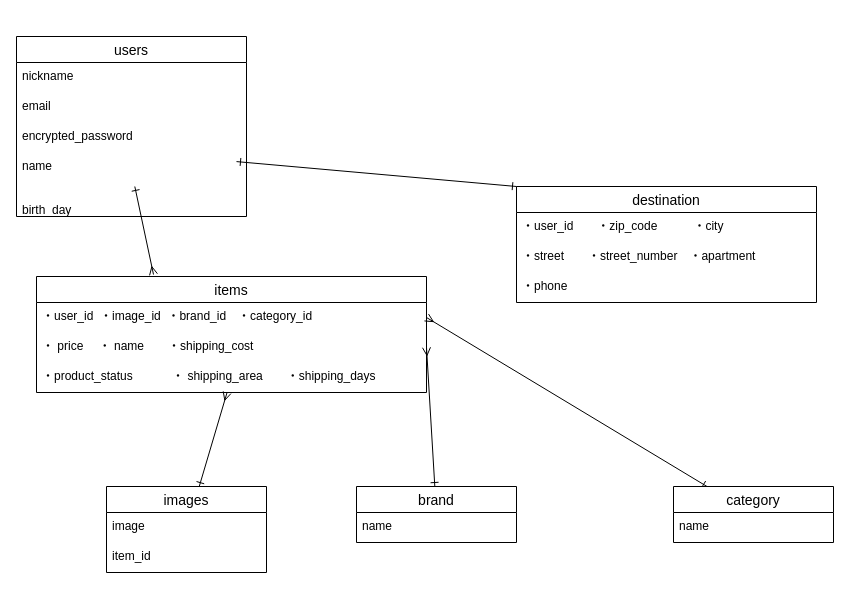
megumi04/furima-37659 keeps this draw.io diagram as test.dio. Above is the earlier version. Source tidied: cells renumbered, new cells numbered last; positions are measured from the earlier drawing's top-left corner, leaving out a move shared by most shapes. Both pictures are drawn from the tidied source at 100%, with x=0, y=0 at pixel (16, 36).
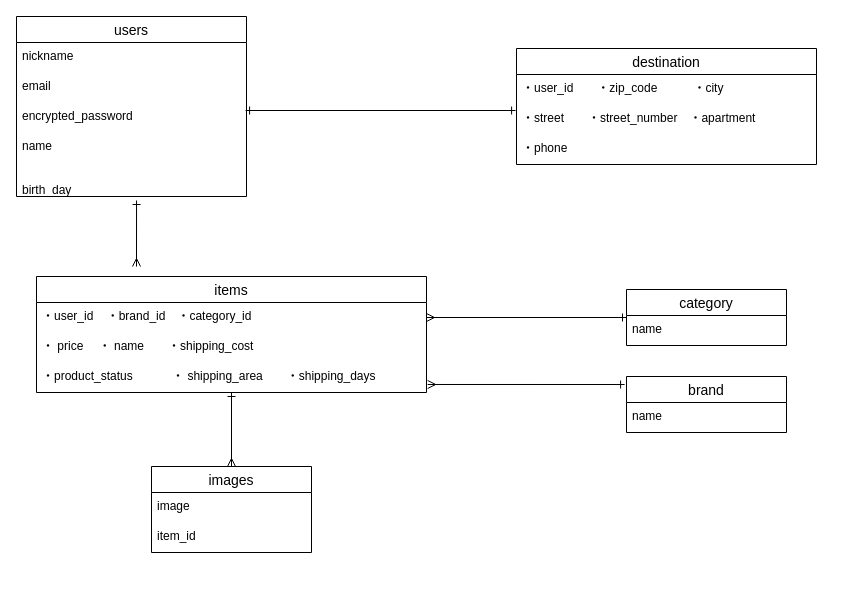
Above is the later version.

Unchanged cells that the change refers to:
```xml
<mxCell id="4" value="・street　　・street_number　・apartment" style="text;strokeColor=none;fillColor=none;spacingLeft=4;spacingRight=4;overflow=hidden;points=[[0,0.5],[1,0.5]];portConstraint=eastwest;fontSize=12;" parent="2" vertex="1">
  <mxGeometry y="56" width="300" height="30" as="geometry" />
</mxCell>
<mxCell id="6" value="items" style="swimlane;fontStyle=0;horizontal=1;startSize=26;align=center;fontSize=14;" parent="1" vertex="1">
  <mxGeometry x="20" y="240" width="390" height="116" as="geometry" />
</mxCell>
<mxCell id="8" value="・ price　 ・ name　　・shipping_cost" style="text;strokeColor=none;fillColor=none;spacingLeft=4;spacingRight=4;overflow=hidden;points=[[0,0.5],[1,0.5]];portConstraint=eastwest;fontSize=12;" parent="6" vertex="1">
  <mxGeometry y="56" width="390" height="30" as="geometry" />
</mxCell>
<mxCell id="9" value="・product_status 　　　・ shipping_area　　・shipping_days  &#10;  " style="text;strokeColor=none;fillColor=none;spacingLeft=4;spacingRight=4;overflow=hidden;points=[[0,0.5],[1,0.5]];portConstraint=eastwest;fontSize=12;" parent="6" vertex="1">
  <mxGeometry y="86" width="390" height="30" as="geometry" />
</mxCell>
<mxCell id="24" value="encrypted_password" style="text;strokeColor=none;fillColor=none;spacingLeft=4;spacingRight=4;overflow=hidden;points=[[0,0.5],[1,0.5]];portConstraint=eastwest;fontSize=12;" parent="21" vertex="1">
  <mxGeometry y="86" width="230" height="30" as="geometry" />
</mxCell>
<mxCell id="26" value="&#10;birth_day  &#10;&#10;" style="text;strokeColor=none;fillColor=none;spacingLeft=4;spacingRight=4;overflow=hidden;points=[[0,0.5],[1,0.5]];portConstraint=eastwest;fontSize=12;" parent="21" vertex="1">
  <mxGeometry y="146" width="230" height="34" as="geometry" />
</mxCell>
```

What changed in the source:
```diff
@@
     <mxCell id="2" value=" destination" style="swimlane;fontStyle=0;horizontal=1;startSize=26;align=center;fontSize=14;" parent="1" vertex="1">
-      <mxGeometry x="500" y="150" width="300" height="116" as="geometry" />
+      <mxGeometry x="500" y="12" width="300" height="116" as="geometry" />
     </mxCell>
@@
-    <mxCell id="7" value="・user_id  ・image_id  ・brand_id　・category_id" style="text;strokeColor=none;fillColor=none;spacingLeft=4;spacingRight=4;overflow=hidden;points=[[0,0.5],[1,0.5]];portConstraint=eastwest;fontSize=12;" parent="6" vertex="1">
+    <mxCell id="7" value="・user_id    ・brand_id　・category_id" style="text;strokeColor=none;fillColor=none;spacingLeft=4;spacingRight=4;overflow=hidden;points=[[0,0.5],[1,0.5]];portConstraint=eastwest;fontSize=12;" parent="6" vertex="1">
       <mxGeometry y="26" width="390" height="30" as="geometry" />
     </mxCell>
@@
-    <mxCell id="10" style="edgeStyle=none;html=1;endArrow=ERmany;endFill=0;startArrow=ERone;startFill=0;" parent="1" edge="1" source="11" target="9">
+    <mxCell id="10" style="edgeStyle=none;html=1;endArrow=ERone;endFill=0;startArrow=ERmany;startFill=0;" parent="1" edge="1" source="11" target="9">
       <mxGeometry relative="1" as="geometry" />
     </mxCell>
     <mxCell id="11" value="images" style="swimlane;fontStyle=0;horizontal=1;startSize=26;align=center;fontSize=14;" parent="1" vertex="1">
-      <mxGeometry x="90" y="450" width="160" height="86" as="geometry" />
+      <mxGeometry x="135" y="430" width="160" height="86" as="geometry" />
     </mxCell>
@@
-    <mxCell id="14" style="edgeStyle=none;html=1;entryX=1;entryY=0.5;entryDx=0;entryDy=0;endArrow=ERmany;endFill=0;startArrow=ERone;startFill=0;" parent="1" edge="1" source="15" target="8">
+    <mxCell id="14" style="edgeStyle=none;html=1;endArrow=ERmany;endFill=0;startArrow=ERone;startFill=0;entryX=1.003;entryY=0.733;entryDx=0;entryDy=0;entryPerimeter=0;exitX=-0.012;exitY=0.143;exitDx=0;exitDy=0;exitPerimeter=0;" parent="1" edge="1" source="15" target="9">
       <mxGeometry relative="1" as="geometry" />
     </mxCell>
     <mxCell id="15" value="brand" style="swimlane;fontStyle=0;horizontal=1;startSize=26;align=center;fontSize=14;" parent="1" vertex="1">
-      <mxGeometry x="340" y="450" width="160" height="56" as="geometry" />
+      <mxGeometry x="610" y="340" width="160" height="56" as="geometry" />
     </mxCell>
@@
     <mxCell id="18" value="category" style="swimlane;fontStyle=0;horizontal=1;startSize=26;align=center;fontSize=14;" parent="1" vertex="1">
-      <mxGeometry x="657" y="450" width="160" height="56" as="geometry" />
+      <mxGeometry x="610" y="253" width="160" height="56" as="geometry" />
     </mxCell>
@@
-    <mxCell id="20" style="edgeStyle=none;html=1;entryX=0.3;entryY=-0.017;entryDx=0;entryDy=0;entryPerimeter=0;endArrow=ERmany;endFill=0;startArrow=ERone;startFill=0;" parent="1" edge="1" target="6">
+    <mxCell id="20" style="edgeStyle=none;html=1;endArrow=ERmany;endFill=0;startArrow=ERone;startFill=0;exitX=0.522;exitY=1.118;exitDx=0;exitDy=0;exitPerimeter=0;" parent="1" edge="1" source="26">
       <mxGeometry relative="1" as="geometry">
-        <mxPoint x="118.3" y="150" as="sourcePoint" />
+        <mxPoint x="120" y="230" as="targetPoint" />
       </mxGeometry>
     </mxCell>
     <mxCell id="21" value="users" style="swimlane;fontStyle=0;horizontal=1;startSize=26;align=center;fontSize=14;" parent="1" vertex="1">
-      <mxGeometry width="230" height="180" as="geometry" />
+      <mxGeometry y="-20" width="230" height="180" as="geometry" />
     </mxCell>
@@
-    <mxCell id="27" style="edgeStyle=none;html=1;entryX=0;entryY=0;entryDx=0;entryDy=0;startArrow=ERone;startFill=0;endArrow=ERone;endFill=0;" parent="1" edge="1" target="2">
-      <mxGeometry relative="1" as="geometry">
-        <mxPoint x="220" y="125.1" as="sourcePoint" />
-      </mxGeometry>
+    <mxCell id="27" style="edgeStyle=none;html=1;startArrow=ERone;startFill=0;endArrow=ERone;endFill=0;exitX=0.996;exitY=0.267;exitDx=0;exitDy=0;entryX=-0.003;entryY=0.2;entryDx=0;entryDy=0;entryPerimeter=0;exitPerimeter=0;" parent="1" edge="1" source="24" target="4">
+      <mxGeometry relative="1" as="geometry" />
     </mxCell>
```
